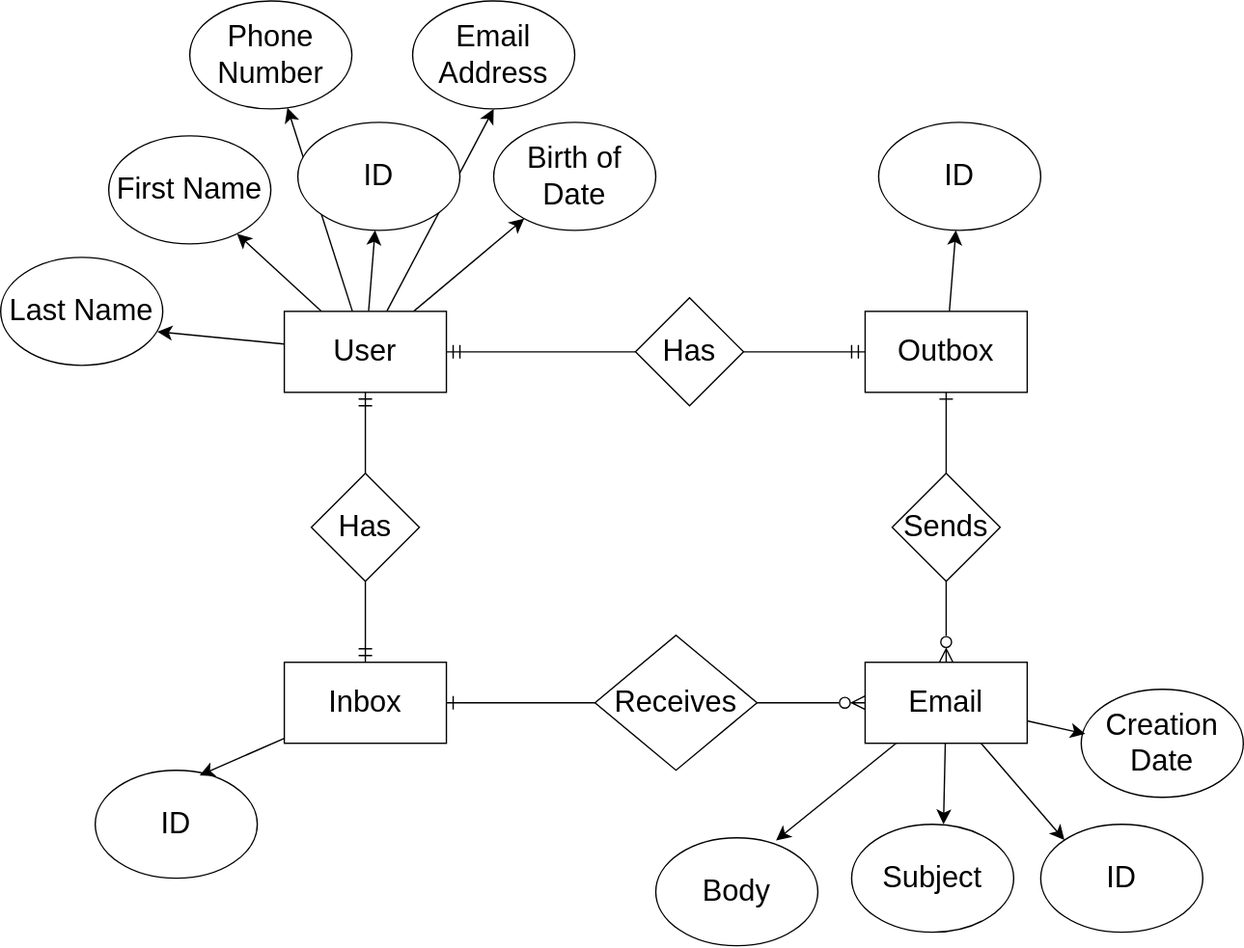
This is Mocks/docs/FakeEmailGateway/database/erd.drawio.svg from mohammadnazarkhani/E-Commerce-NETCore-REST-API, a draw.io export, as it was before one commit. Source tidied: cells renumbered, new cells last; positions are measured from the earlier drawing's top-left corner, leaving out a move shared by most shapes.
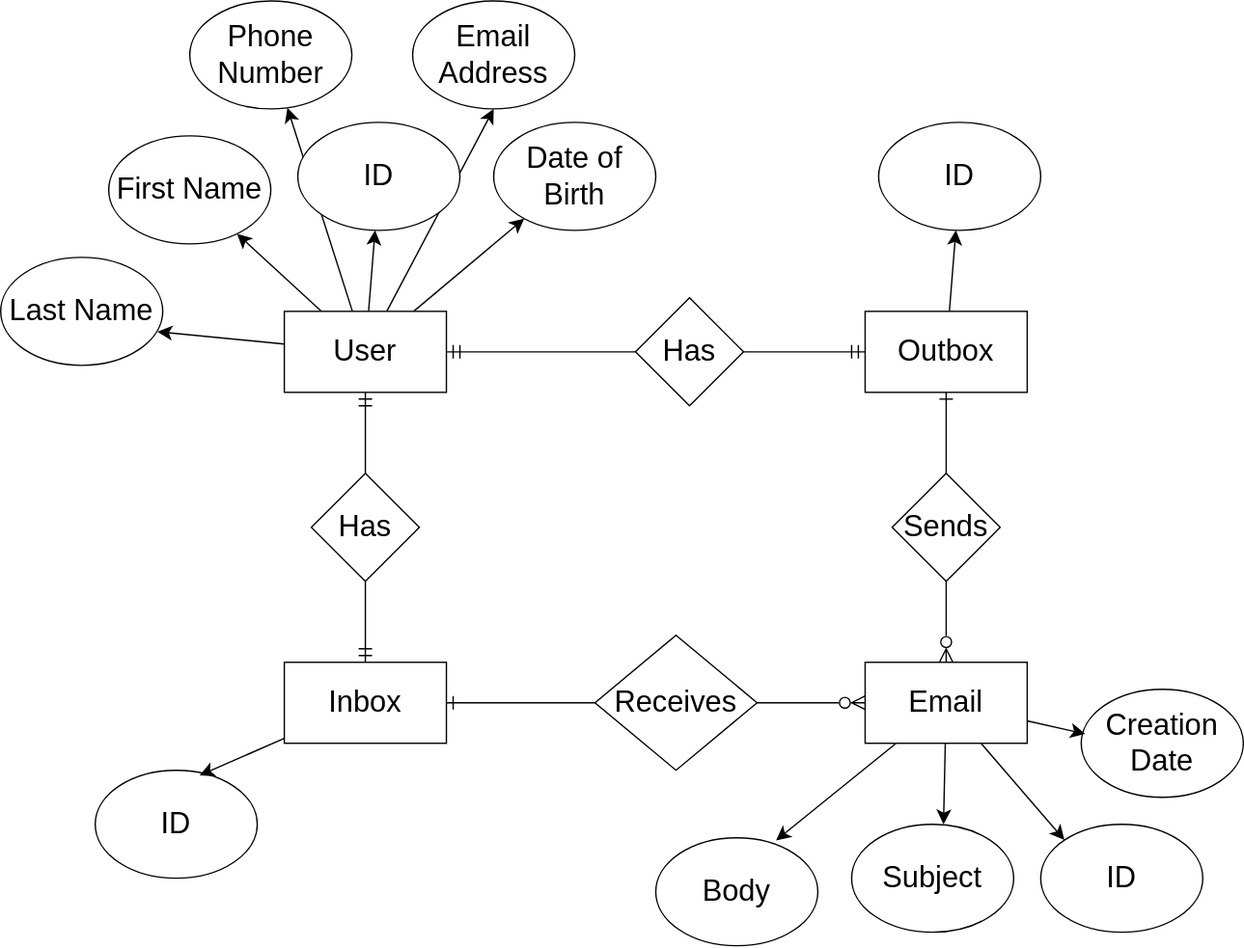
The same diagram one commit later.

Commit message:
docs: fixed naming mistake of one of erd attribs

The edit, as a diff of the source:
```diff
@@ -62,7 +62,7 @@
     <mxCell id="21" value="Email Address" style="ellipse;whiteSpace=wrap;html=1;fontSize=22;" parent="1" vertex="1">
       <mxGeometry x="305" width="120" height="80" as="geometry" />
     </mxCell>
-    <mxCell id="22" value="Birth of Date" style="ellipse;whiteSpace=wrap;html=1;fontSize=22;" parent="1" vertex="1">
+    <mxCell id="22" value="Date of Birth" style="ellipse;whiteSpace=wrap;html=1;fontSize=22;" parent="1" vertex="1">
       <mxGeometry x="365" y="90" width="120" height="80" as="geometry" />
     </mxCell>
     <mxCell id="23" style="edgeStyle=none;curved=1;rounded=0;jettySize=auto;html=1;entryX=0.967;entryY=0.688;entryDx=0;entryDy=0;entryPerimeter=0;fontSize=12;startSize=8;endSize=8;" parent="1" edge="1" source="9" target="19">
```
